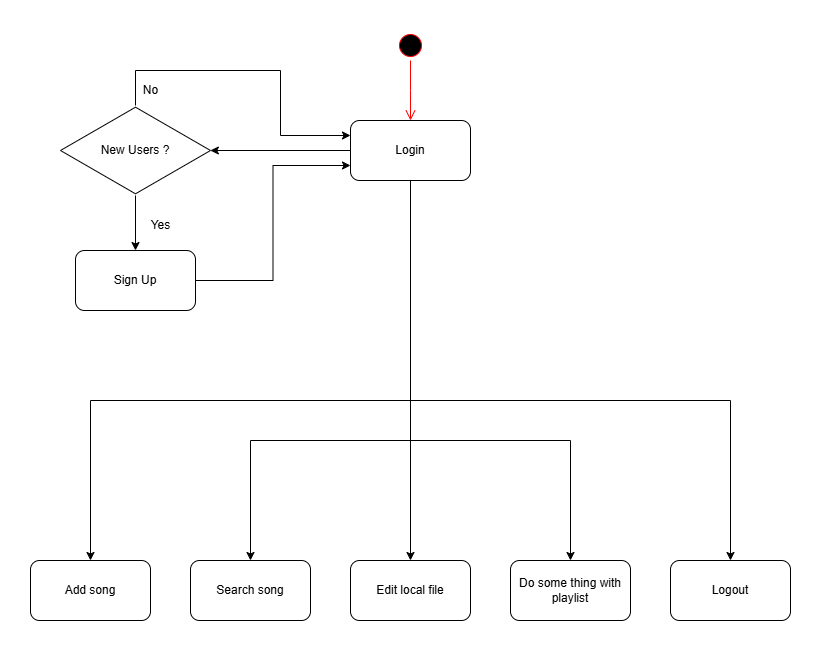
Above: UML/Activity Diagram.drawio.png in DungNguyenCoder/ProTune (draw.io), before the change. Source tidied: cells renumbered, new cells last; positions are measured from the earlier drawing's top-left corner, leaving out a move shared by most shapes.
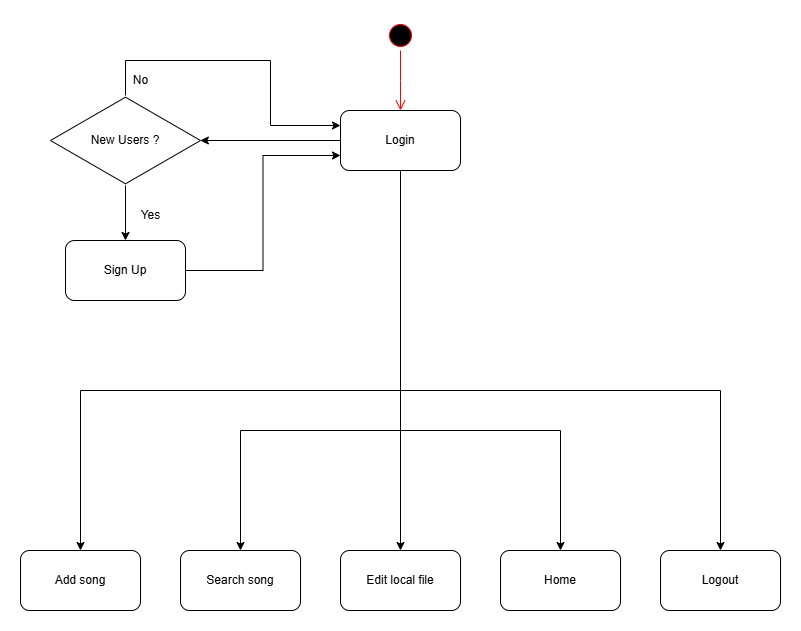
Above is the later version.

Diff of the diagram source:
```diff
@@ -67,7 +67,7 @@
     <mxCell id="14" value="No" style="text;html=1;align=center;verticalAlign=middle;strokeColor=none;fillColor=none;" parent="1" vertex="1">
       <mxGeometry x="100" y="45" width="40" height="30" as="geometry" />
     </mxCell>
-    <mxCell id="15" value="Do some thing with playlist" style="whiteSpace=wrap;html=1;rounded=1;" parent="1" vertex="1">
+    <mxCell id="15" value="Home" style="whiteSpace=wrap;html=1;rounded=1;" parent="1" vertex="1">
       <mxGeometry x="480" y="530" width="120" height="60" as="geometry" />
     </mxCell>
     <mxCell id="16" value="Add song" style="whiteSpace=wrap;html=1;rounded=1;" parent="1" vertex="1">
```
